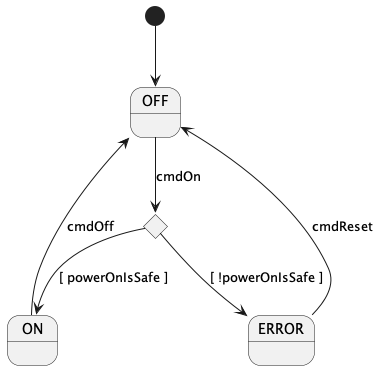
nasa/fpp keeps this PlantUML diagram as docs/users-guide/diagrams/state-machine/Choices.png. Above is the earlier version.
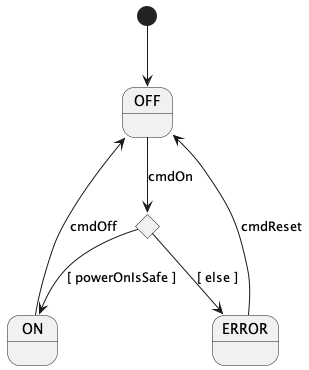
The same diagram one commit later.

Commit message:
Revise User's Guide

The edit, as a diff of the source:
```diff
@@ -9,7 +9,7 @@
 
 OFF --> ON_OR_ERROR : cmdOn
 ON_OR_ERROR --> ON : [ powerOnIsSafe ]
-ON_OR_ERROR --> ERROR : [ !powerOnIsSafe ]
+ON_OR_ERROR --> ERROR : [ else ]
 ON --> OFF : cmdOff
 ERROR --> OFF : cmdReset
 
```
